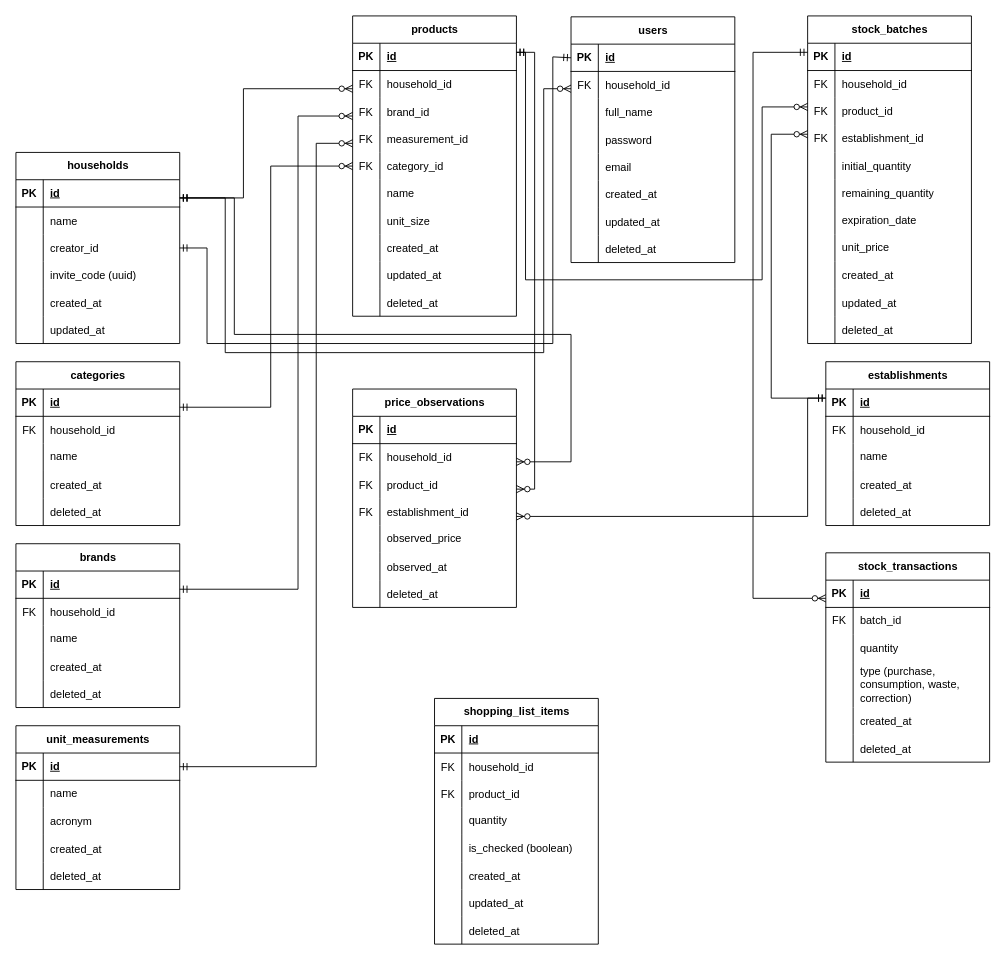
The draw.io diagram digital-pantry.drawio in dev-joaovitor/despensa-digital, before the edit. Source tidied: cells renumbered, new cells numbered last; positions are measured from the earlier drawing's top-left corner, leaving out a move shared by most shapes. Both pictures are drawn from the tidied source at 91%, with x=0, y=0 at pixel (15, 15).
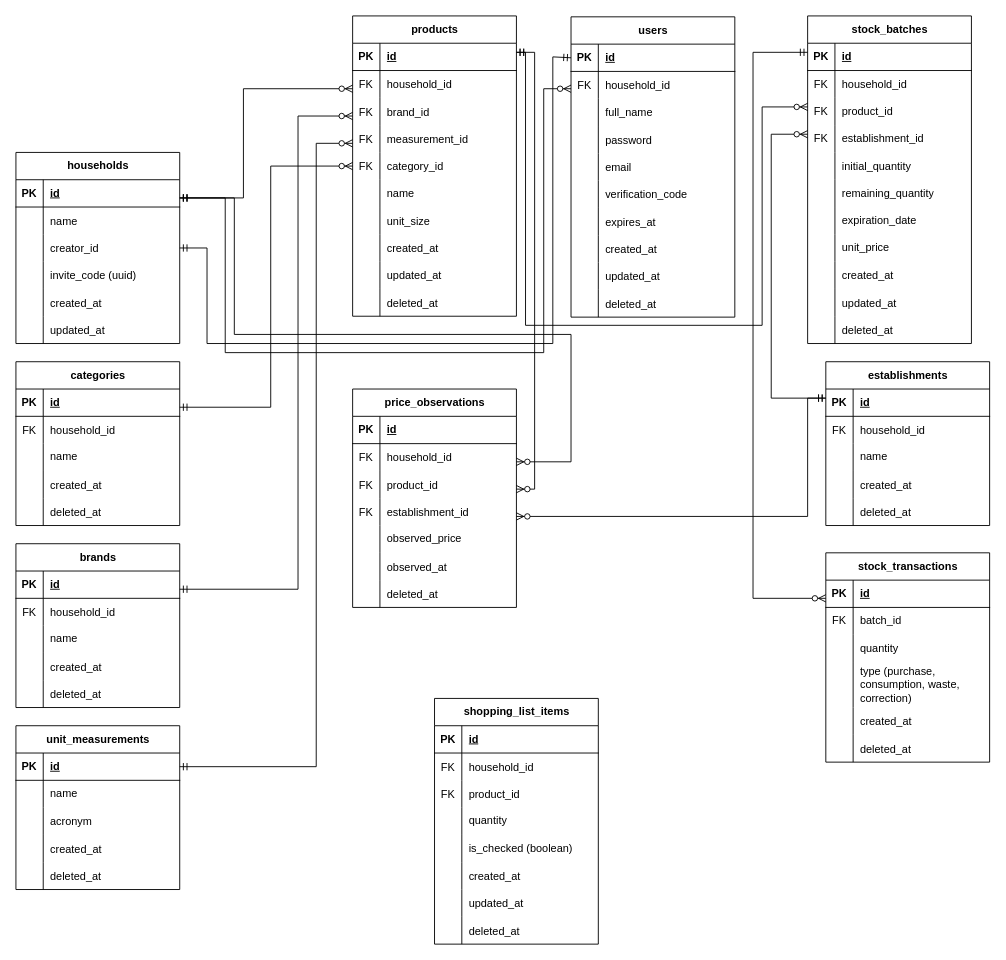
The same diagram, later.

Commit message:
docs(draw.io): add user verification_code and expires_at

The change refers to these unchanged cells:
```xml
<mxCell id="2" value="products" style="shape=table;startSize=30;childLayout=tableLayout;rowLines=0;fontStyle=1;align=center;html=1;" parent="1" vertex="1">
  <mxGeometry x="370" width="180" height="330" as="geometry" />
</mxCell>
<mxCell id="135" value="stock_batches" style="shape=table;startSize=30;childLayout=tableLayout;rowLines=0;fontStyle=1;align=center;html=1;" parent="1" vertex="1">
  <mxGeometry x="870" width="180" height="360" as="geometry" />
</mxCell>
```

Change to the diagram source:
```diff
@@
     <mxCell id="173" value="users" style="shape=table;startSize=30;childLayout=tableLayout;rowLines=0;fontStyle=1;align=center;html=1;" parent="1" vertex="1">
-      <mxGeometry x="610" y="1" width="180" height="270" as="geometry" />
+      <mxGeometry x="610" y="1" width="180" height="330" as="geometry" />
     </mxCell>
@@
+    <mxCell id="253" style="shape=tableRow;horizontal=0;startSize=0;swimlaneHead=0;swimlaneBody=0;fillColor=none;top=0;left=0;right=0;bottom=0;" parent="173" vertex="1">
+      <mxGeometry y="180" width="180" height="30" as="geometry" />
+    </mxCell>
+    <mxCell id="254" style="shape=partialRectangle;fillColor=none;top=0;left=0;bottom=0;right=0;overflow=hidden;" parent="253" vertex="1">
+      <mxGeometry width="30" height="30" as="geometry" />
+    </mxCell>
+    <mxCell id="255" value="verification_code" style="shape=partialRectangle;fillColor=none;top=0;left=0;bottom=0;right=0;align=left;spacingLeft=6;overflow=hidden;" parent="253" vertex="1">
+      <mxGeometry x="30" width="150" height="30" as="geometry" />
+    </mxCell>
+    <mxCell id="256" style="shape=tableRow;horizontal=0;startSize=0;swimlaneHead=0;swimlaneBody=0;fillColor=none;top=0;left=0;right=0;bottom=0;" parent="173" vertex="1">
+      <mxGeometry y="210" width="180" height="30" as="geometry" />
+    </mxCell>
+    <mxCell id="257" style="shape=partialRectangle;fillColor=none;top=0;left=0;bottom=0;right=0;overflow=hidden;" parent="256" vertex="1">
+      <mxGeometry width="30" height="30" as="geometry" />
+    </mxCell>
+    <mxCell id="258" value="expires_at" style="shape=partialRectangle;fillColor=none;top=0;left=0;bottom=0;right=0;align=left;spacingLeft=6;overflow=hidden;" parent="256" vertex="1">
+      <mxGeometry x="30" width="150" height="30" as="geometry" />
+    </mxCell>
     <mxCell id="189" style="shape=tableRow;horizontal=0;startSize=0;swimlaneHead=0;swimlaneBody=0;fillColor=none;top=0;left=0;right=0;bottom=0;" parent="173" vertex="1">
-      <mxGeometry y="180" width="180" height="30" as="geometry" />
+      <mxGeometry y="240" width="180" height="30" as="geometry" />
     </mxCell>
@@
     <mxCell id="192" style="shape=tableRow;horizontal=0;startSize=0;swimlaneHead=0;swimlaneBody=0;fillColor=none;top=0;left=0;right=0;bottom=0;" parent="173" vertex="1">
-      <mxGeometry y="210" width="180" height="30" as="geometry" />
+      <mxGeometry y="270" width="180" height="30" as="geometry" />
     </mxCell>
@@
     <mxCell id="195" style="shape=tableRow;horizontal=0;startSize=0;swimlaneHead=0;swimlaneBody=0;fillColor=none;top=0;left=0;right=0;bottom=0;" parent="173" vertex="1">
-      <mxGeometry y="240" width="180" height="30" as="geometry" />
+      <mxGeometry y="300" width="180" height="30" as="geometry" />
     </mxCell>
@@
     <mxCell id="201" style="edgeStyle=orthogonalEdgeStyle;fontSize=12;html=1;endArrow=ERzeroToMany;startArrow=ERmandOne;rounded=0;" parent="1" edge="1" source="2" target="135">
       <mxGeometry relative="1" as="geometry">
         <Array as="points">
           <mxPoint x="560" y="40" />
-          <mxPoint x="560" y="290" />
-          <mxPoint x="820" y="290" />
+          <mxPoint x="560" y="340" />
+          <mxPoint x="820" y="340" />
           <mxPoint x="820" y="100" />
         </Array>
       </mxGeometry>
     </mxCell>
```
